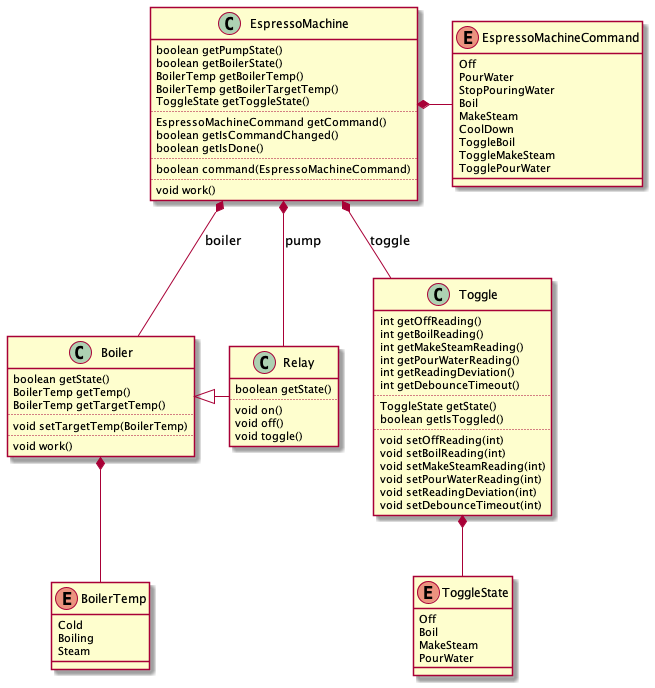
loginov-rocks/Connected-Espresso-Machine keeps this PlantUML diagram as docs/Firmware/Class-Diagram.png. Above is the earlier version. The source it was exported from:
```plantuml
@startuml Class

class Relay {
    boolean getState()
    ..
    void on()
    void off()
    void toggle()
}

enum BoilerTemp {
    Cold
    Boiling
    Steam
}

class Boiler {
    boolean getState()
    BoilerTemp getTemp()
    BoilerTemp getTargetTemp()
    ..
    void setTargetTemp(BoilerTemp)
    ..
    void work()
}

enum ToggleState {
    Off
    Boil
    MakeSteam
    PourWater
}

class Toggle {
    int getOffReading()
    int getBoilReading()
    int getMakeSteamReading()
    int getPourWaterReading()
    int getReadingDeviation()
    int getDebounceTimeout()
    ..
    ToggleState getState()
    boolean getIsToggled()
    ..
    void setOffReading(int)
    void setBoilReading(int)
    void setMakeSteamReading(int)
    void setPourWaterReading(int)
    void setReadingDeviation(int)
    void setDebounceTimeout(int)
}

enum EspressoMachineCommand {
    Off
    PourWater
    StopPouringWater
    Boil
    MakeSteam
    CoolDown
    ToggleBoil
    ToggleMakeSteam
    TogglePourWater
}

class EspressoMachine {
    boolean getPumpState()
    boolean getBoilerState()
    BoilerTemp getBoilerTemp()
    BoilerTemp getBoilerTargetTemp()
    ToggleState getToggleState()
    ..
    EspressoMachineCommand getCommand()
    boolean getIsCommandChanged()
    boolean getIsDone()
    ..
    boolean command(EspressoMachineCommand)
    ..
    void work()
}

Boiler <|- Relay
Boiler *-- BoilerTemp

Toggle *-- ToggleState

EspressoMachine *- EspressoMachineCommand

EspressoMachine *-- Relay: pump
EspressoMachine *-- Boiler: boiler
EspressoMachine *-- Toggle: toggle

@enduml
```
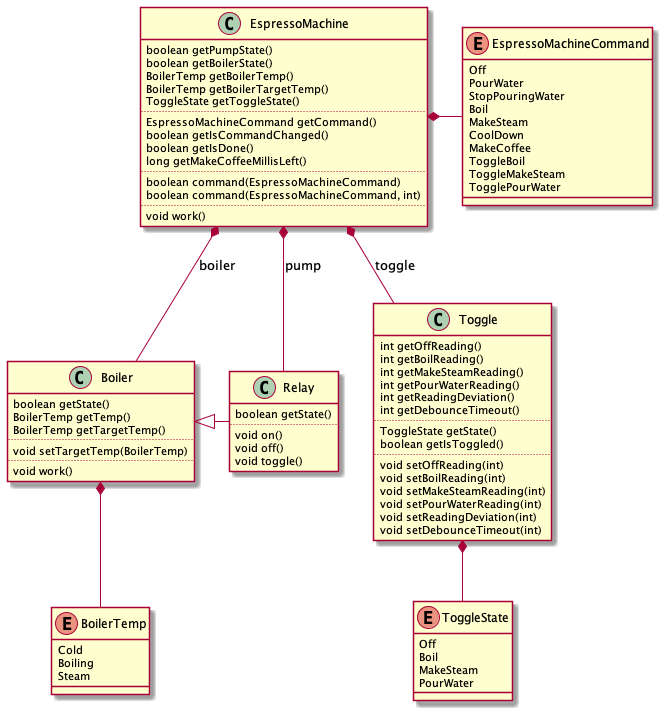
The same diagram one commit later.

Commit message:
Implement "Make Coffee" command

The edit, as a diff of the source:
```diff
@@ -57,6 +57,7 @@
     Boil
     MakeSteam
     CoolDown
+    MakeCoffee
     ToggleBoil
     ToggleMakeSteam
     TogglePourWater
@@ -72,8 +73,10 @@
     EspressoMachineCommand getCommand()
     boolean getIsCommandChanged()
     boolean getIsDone()
+    long getMakeCoffeeMillisLeft()
     ..
     boolean command(EspressoMachineCommand)
+    boolean command(EspressoMachineCommand, int)
     ..
     void work()
 }
```
